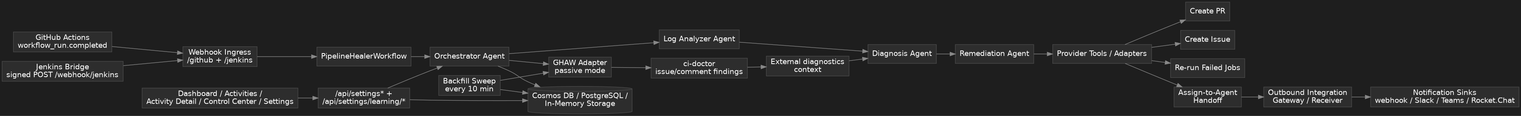
Earlier version of the Graphviz export docs/screens/pipeline-healer-architecture.png (Canepro/pipelinehealer). Its source is kept beside it as docs/screens/pipeline-healer-architecture.dot.
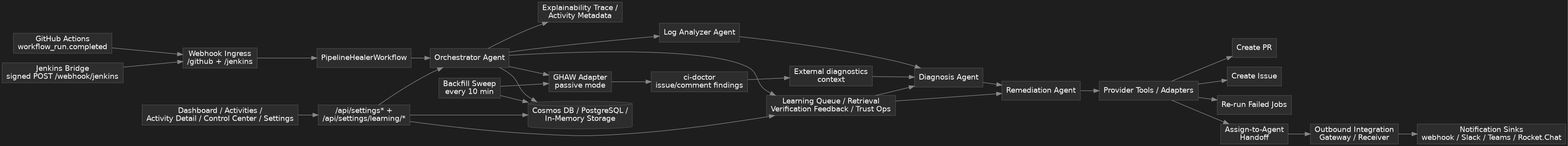
The same file after the commit.

Commit message:
docs: align README and architecture diagrams

What changed in the source:
```diff
@@ -23,6 +23,8 @@
   EXT [label="External diagnostics\ncontext" shape="box"];
   BF [label="Backfill Sweep\nevery 10 min" shape="box"];
   ST [label="Cosmos DB / PostgreSQL /\nIn-Memory Storage" shape="cylinder"];
+  EX [label="Explainability Trace /\nActivity Metadata" shape="box"];
+  LRN [label="Learning Queue / Retrieval\nVerification Feedback / Trust Ops" shape="box"];
   UI [label="Dashboard / Activities /\nActivity Detail / Control Center / Settings" shape="box"];
   API [label="/api/settings* +\n/api/settings/learning/*" shape="box"];
   GH -> WH;
@@ -44,9 +46,14 @@
   HO -> GW;
   GW -> NT;
   OR -> ST;
+  OR -> EX;
+  OR -> LRN;
+  LRN -> DG;
+  LRN -> RM;
   BF -> ADP;
   BF -> ST;
   UI -> API;
   API -> OR;
+  API -> LRN;
   API -> ST;
 }
```
